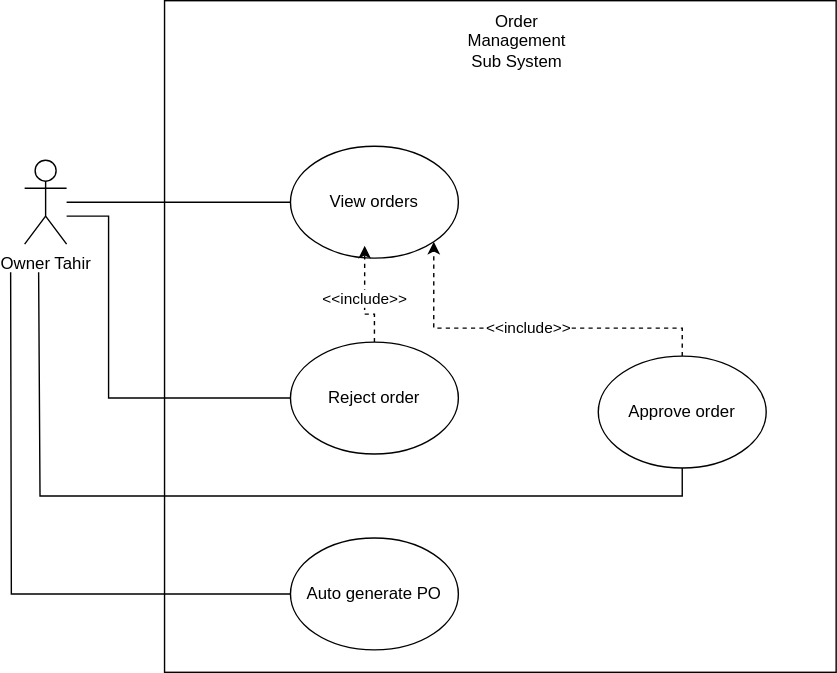
Simamkele88/IFM3_GP keeps this draw.io diagram as order.svg. Above is the earlier version. Source tidied: cells renumbered, new cells last; positions are measured from the earlier drawing's top-left corner, leaving out a move shared by most shapes.
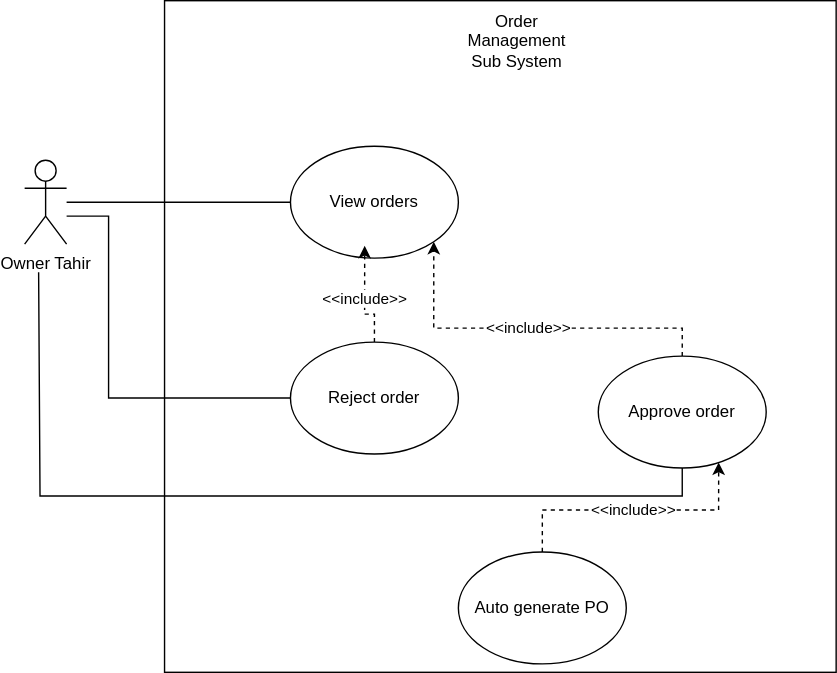
The same diagram one commit later.

What changed in the source:
```diff
@@ -39,13 +39,8 @@
     <mxCell id="8" value="Approve order" style="ellipse;whiteSpace=wrap;html=1;" parent="1" vertex="1">
       <mxGeometry x="420" y="254" width="120" height="80" as="geometry" />
     </mxCell>
-    <mxCell id="9" style="edgeStyle=orthogonalEdgeStyle;rounded=0;jettySize=auto;html=1;endArrow=none;startFill=0;" parent="1" edge="1" source="10">
-      <mxGeometry relative="1" as="geometry">
-        <mxPoint y="194" as="targetPoint" />
-      </mxGeometry>
-    </mxCell>
     <mxCell id="10" value="Auto generate PO" style="ellipse;whiteSpace=wrap;html=1;" parent="1" vertex="1">
-      <mxGeometry x="200" y="384" width="120" height="80" as="geometry" />
+      <mxGeometry x="320" y="394" width="120" height="80" as="geometry" />
     </mxCell>
     <mxCell id="11" value="Order Management Sub System" style="text;html=1;align=center;verticalAlign=middle;whiteSpace=wrap;rounded=0;" parent="1" vertex="1">
       <mxGeometry x="332" y="14" width="60" height="30" as="geometry" />
@@ -59,5 +54,8 @@
     <mxCell id="14" value="&amp;lt;&amp;lt;include&amp;gt;&amp;gt;" style="edgeStyle=orthogonalEdgeStyle;rounded=0;jettySize=auto;html=1;entryX=0.298;entryY=0.365;entryDx=0;entryDy=0;entryPerimeter=0;dashed=1;" parent="1" edge="1" source="5" target="2">
       <mxGeometry relative="1" as="geometry" />
     </mxCell>
+    <mxCell id="15" value="&amp;lt;&amp;lt;include&amp;gt;&amp;gt;" style="edgeStyle=orthogonalEdgeStyle;rounded=0;jettySize=auto;html=1;entryX=0.717;entryY=0.95;entryDx=0;entryDy=0;entryPerimeter=0;dashed=1;" parent="1" edge="1" source="10" target="8">
+      <mxGeometry relative="1" as="geometry" />
+    </mxCell>
   </root>
 </mxGraphModel>
```
